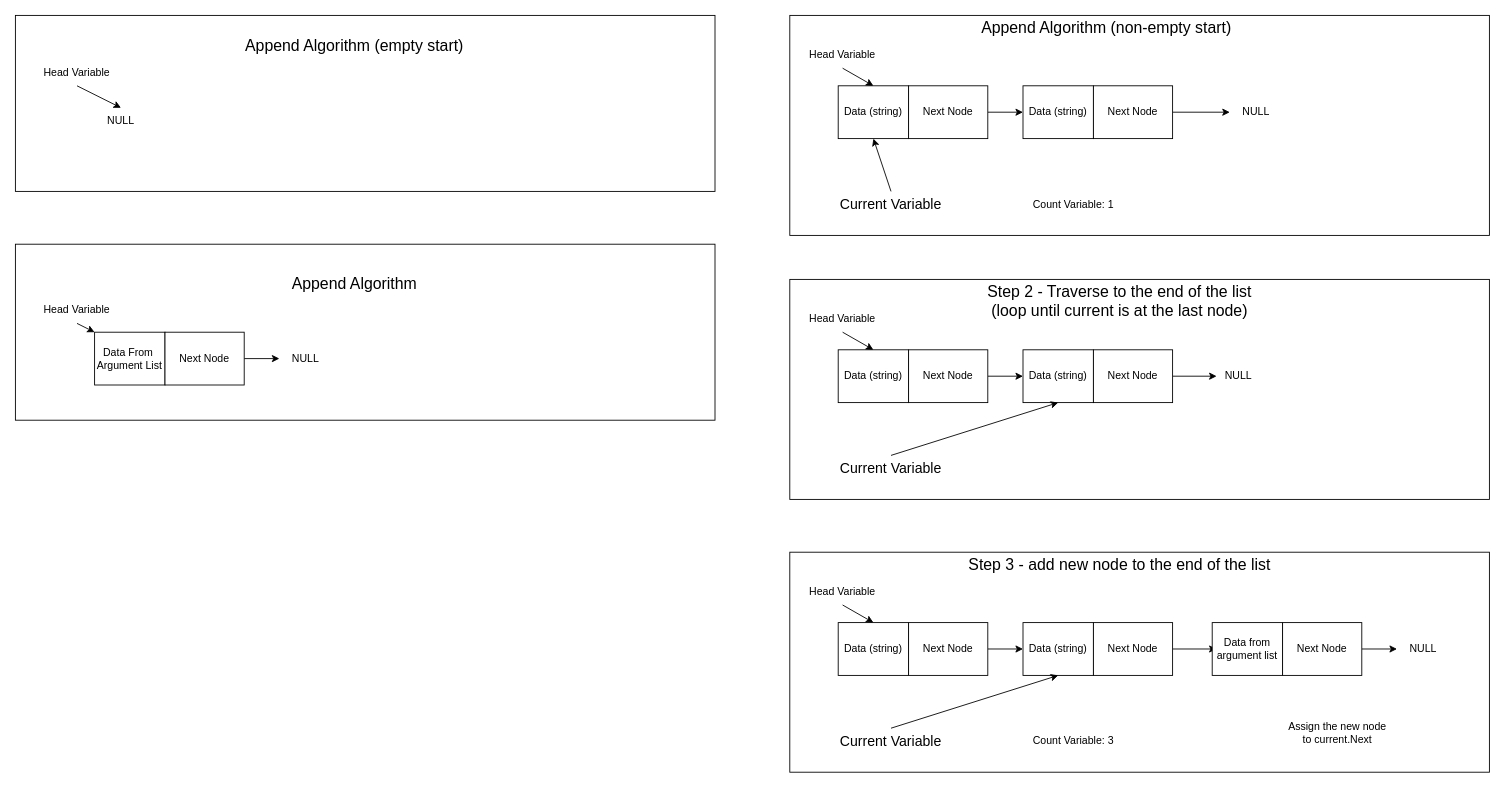
alexmickelson/cs1415_lab_linked_list_1 keeps this draw.io diagram as part1-append.drawio. Above is the earlier version. Source tidied: cells renumbered, new cells numbered last; positions are measured from the earlier drawing's top-left corner, leaving out a move shared by most shapes. Both pictures are drawn from the tidied source at 88%, with x=0, y=0 at pixel (15, 15).
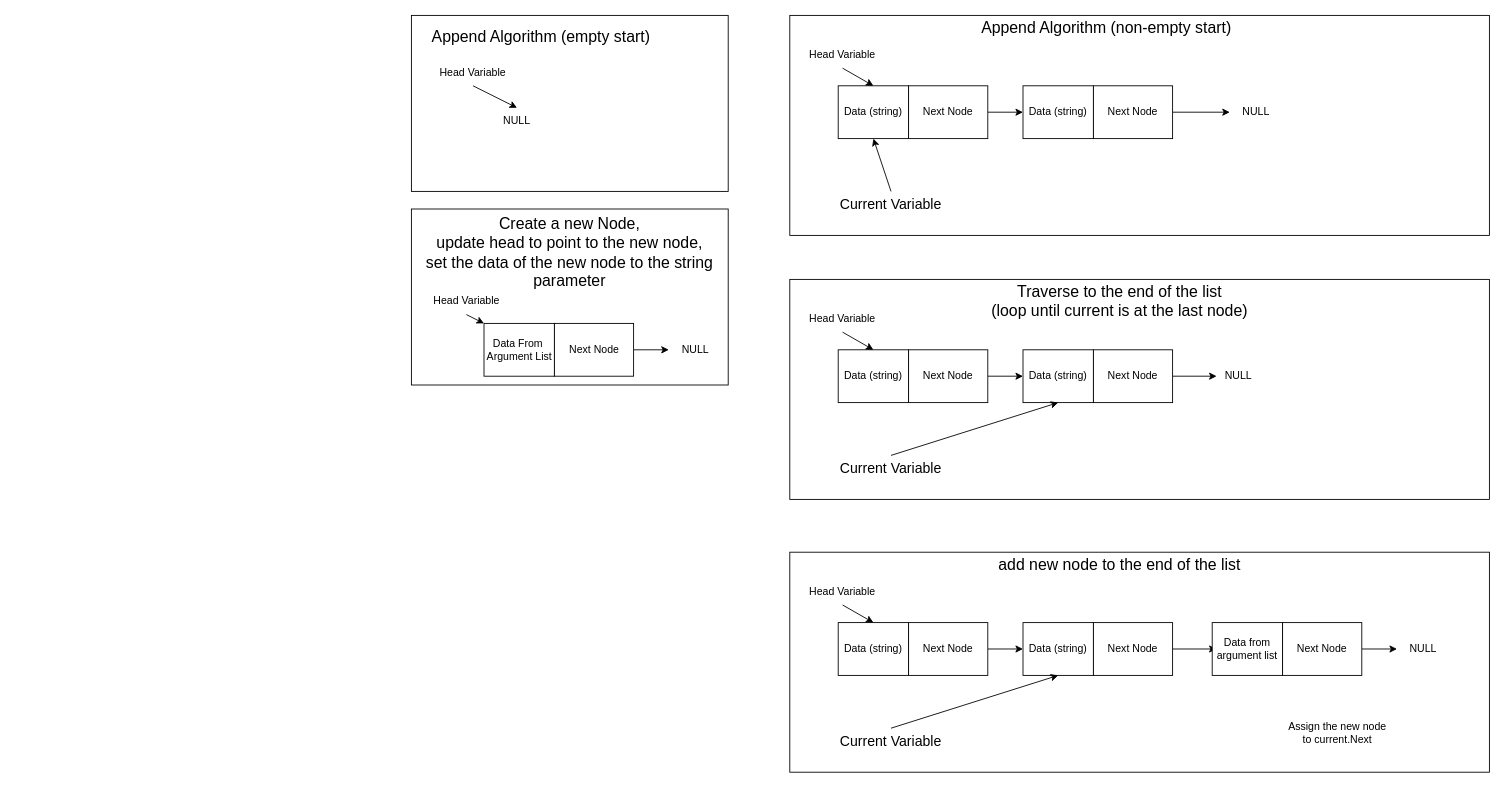
Above is the later version.

Diff of the diagram source:
```diff
@@
     <mxCell id="2" style="rounded=0;whiteSpace=wrap;html=1;" parent="1" vertex="1">
-      <mxGeometry width="795" height="200" as="geometry" />
+      <mxGeometry x="450" width="360" height="200" as="geometry" />
     </mxCell>
@@
     <mxCell id="4" value="Head Variable" style="text;html=1;strokeColor=none;fillColor=none;align=center;verticalAlign=middle;whiteSpace=wrap;rounded=0;" parent="1" vertex="1">
-      <mxGeometry x="15" y="50" width="110" height="30" as="geometry" />
+      <mxGeometry x="465" y="50" width="110" height="30" as="geometry" />
     </mxCell>
     <mxCell id="5" style="edgeStyle=none;html=1;" parent="1" edge="1">
       <mxGeometry relative="1" as="geometry">
-        <mxPoint x="235" y="130" as="sourcePoint" />
+        <mxPoint x="725" y="130" as="sourcePoint" />
       </mxGeometry>
     </mxCell>
     <mxCell id="6" style="edgeStyle=none;html=1;exitX=1;exitY=0.5;exitDx=0;exitDy=0;entryX=0;entryY=0.5;entryDx=0;entryDy=0;" parent="1" edge="1">
       <mxGeometry relative="1" as="geometry">
-        <mxPoint x="445" y="130" as="sourcePoint" />
+        <mxPoint x="935" y="130" as="sourcePoint" />
       </mxGeometry>
     </mxCell>
     <mxCell id="7" value="NULL" style="text;html=1;strokeColor=none;fillColor=none;align=center;verticalAlign=middle;whiteSpace=wrap;rounded=0;" parent="1" vertex="1">
-      <mxGeometry x="90" y="105" width="60" height="30" as="geometry" />
+      <mxGeometry x="540" y="105" width="60" height="30" as="geometry" />
     </mxCell>
     <mxCell id="8" value="&lt;font style=&quot;font-size: 18px;&quot;&gt;Append Algorithm (empty start)&lt;/font&gt;" style="text;html=1;strokeColor=none;fillColor=none;align=center;verticalAlign=middle;whiteSpace=wrap;rounded=0;" parent="1" vertex="1">
-      <mxGeometry x="257.5" y="20" width="255" height="30" as="geometry" />
+      <mxGeometry x="470" y="10" width="255" height="30" as="geometry" />
     </mxCell>
     <mxCell id="9" style="rounded=0;whiteSpace=wrap;html=1;" parent="1" vertex="1">
-      <mxGeometry y="260" width="795" height="200" as="geometry" />
+      <mxGeometry x="450" y="220" width="360" height="200" as="geometry" />
     </mxCell>
@@
     <mxCell id="11" value="Head Variable" style="text;html=1;strokeColor=none;fillColor=none;align=center;verticalAlign=middle;whiteSpace=wrap;rounded=0;" parent="1" vertex="1">
-      <mxGeometry x="15" y="320" width="110" height="30" as="geometry" />
+      <mxGeometry x="457.5" y="310" width="110" height="30" as="geometry" />
     </mxCell>
     <mxCell id="12" value="NULL" style="text;html=1;strokeColor=none;fillColor=none;align=center;verticalAlign=middle;whiteSpace=wrap;rounded=0;" parent="1" vertex="1">
-      <mxGeometry x="300" y="375" width="60" height="30" as="geometry" />
+      <mxGeometry x="742.5" y="365" width="60" height="30" as="geometry" />
     </mxCell>
-    <mxCell id="13" value="&lt;font style=&quot;font-size: 18px;&quot;&gt;Append Algorithm&lt;/font&gt;" style="text;html=1;strokeColor=none;fillColor=none;align=center;verticalAlign=middle;whiteSpace=wrap;rounded=0;" parent="1" vertex="1">
-      <mxGeometry x="257.5" y="290" width="255" height="30" as="geometry" />
-    </mxCell>
     <mxCell id="14" value="Data From&amp;nbsp;&lt;br&gt;Argument List" style="rounded=0;whiteSpace=wrap;html=1;" parent="1" vertex="1">
-      <mxGeometry x="90" y="360" width="80" height="60" as="geometry" />
+      <mxGeometry x="532.5" y="350" width="80" height="60" as="geometry" />
     </mxCell>
@@
     <mxCell id="16" value="Next Node" style="rounded=0;whiteSpace=wrap;html=1;" parent="1" vertex="1">
-      <mxGeometry x="170" y="360" width="90" height="60" as="geometry" />
+      <mxGeometry x="612.5" y="350" width="90" height="60" as="geometry" />
     </mxCell>
@@
-    <mxCell id="30" value="Count Variable: 1" style="text;html=1;strokeColor=none;fillColor=none;align=center;verticalAlign=middle;whiteSpace=wrap;rounded=0;fontSize=12;" parent="1" vertex="1">
-      <mxGeometry x="1145" y="200" width="115" height="30" as="geometry" />
-    </mxCell>
@@
-    <mxCell id="41" value="&lt;font style=&quot;font-size: 18px;&quot;&gt;Step 2 - Traverse to the end of the list &lt;br&gt;(loop until current is at the last node)&lt;/font&gt;" style="text;html=1;strokeColor=none;fillColor=none;align=center;verticalAlign=middle;whiteSpace=wrap;rounded=0;" parent="1" vertex="1">
+    <mxCell id="41" value="&lt;font style=&quot;font-size: 18px;&quot;&gt;Traverse to the end of the list &lt;br&gt;(loop until current is at the last node)&lt;/font&gt;" style="text;html=1;strokeColor=none;fillColor=none;align=center;verticalAlign=middle;whiteSpace=wrap;rounded=0;" parent="1" vertex="1">
       <mxGeometry x="1060" y="310" width="390" height="30" as="geometry" />
     </mxCell>
@@
-    <mxCell id="53" value="&lt;font style=&quot;font-size: 18px;&quot;&gt;Step 3 - add new node to the end of the list&lt;/font&gt;" style="text;html=1;strokeColor=none;fillColor=none;align=center;verticalAlign=middle;whiteSpace=wrap;rounded=0;" parent="1" vertex="1">
+    <mxCell id="53" value="&lt;font style=&quot;font-size: 18px;&quot;&gt;add new node to the end of the list&lt;/font&gt;" style="text;html=1;strokeColor=none;fillColor=none;align=center;verticalAlign=middle;whiteSpace=wrap;rounded=0;" parent="1" vertex="1">
       <mxGeometry x="1030" y="610" width="450" height="30" as="geometry" />
     </mxCell>
@@
-    <mxCell id="56" value="Count Variable: 3" style="text;html=1;strokeColor=none;fillColor=none;align=center;verticalAlign=middle;whiteSpace=wrap;rounded=0;fontSize=12;" parent="1" vertex="1">
-      <mxGeometry x="1145" y="810" width="115" height="30" as="geometry" />
-    </mxCell>
@@
+    <mxCell id="62" value="&lt;font style=&quot;font-size: 18px;&quot;&gt;Create a new Node,&lt;br&gt;update head to point to the new node,&lt;br&gt;set the data of the new node to the string parameter&lt;br&gt;&lt;/font&gt;" style="text;html=1;strokeColor=none;fillColor=none;align=center;verticalAlign=middle;whiteSpace=wrap;rounded=0;" parent="1" vertex="1">
+      <mxGeometry x="445" y="230" width="370" height="80" as="geometry" />
+    </mxCell>
```
